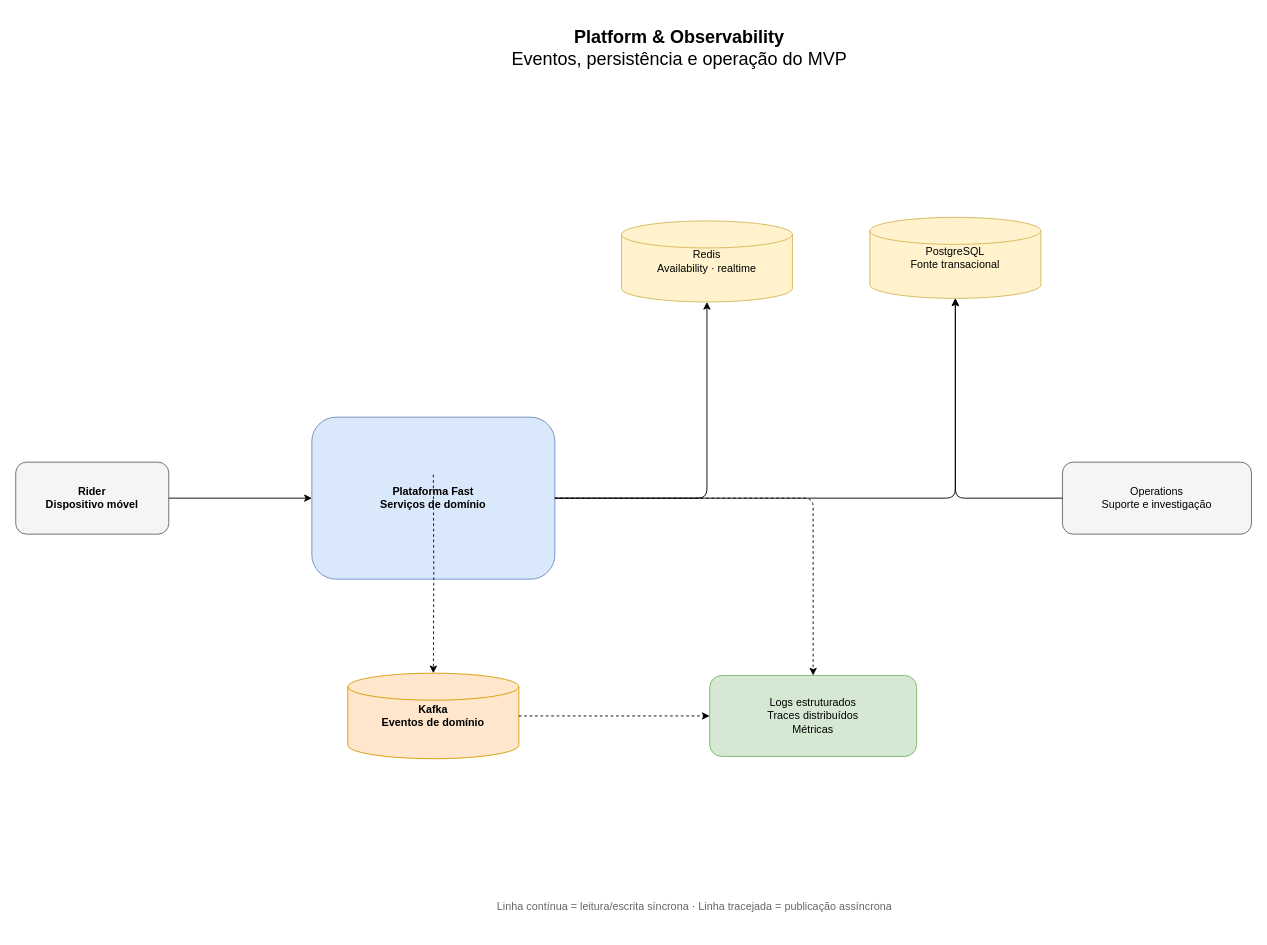
The draw.io diagram page "Platform & Observability" (4 of 4) of fast.drawio in guilhermelinosp/fast-drawio, before the edit. Source tidied: cells renumbered, new cells numbered last; positions are measured from the earlier drawing's top-left corner, leaving out a move shared by most shapes. Both pictures are drawn from the tidied source at 90%, with x=0, y=0 at pixel (15, 15).
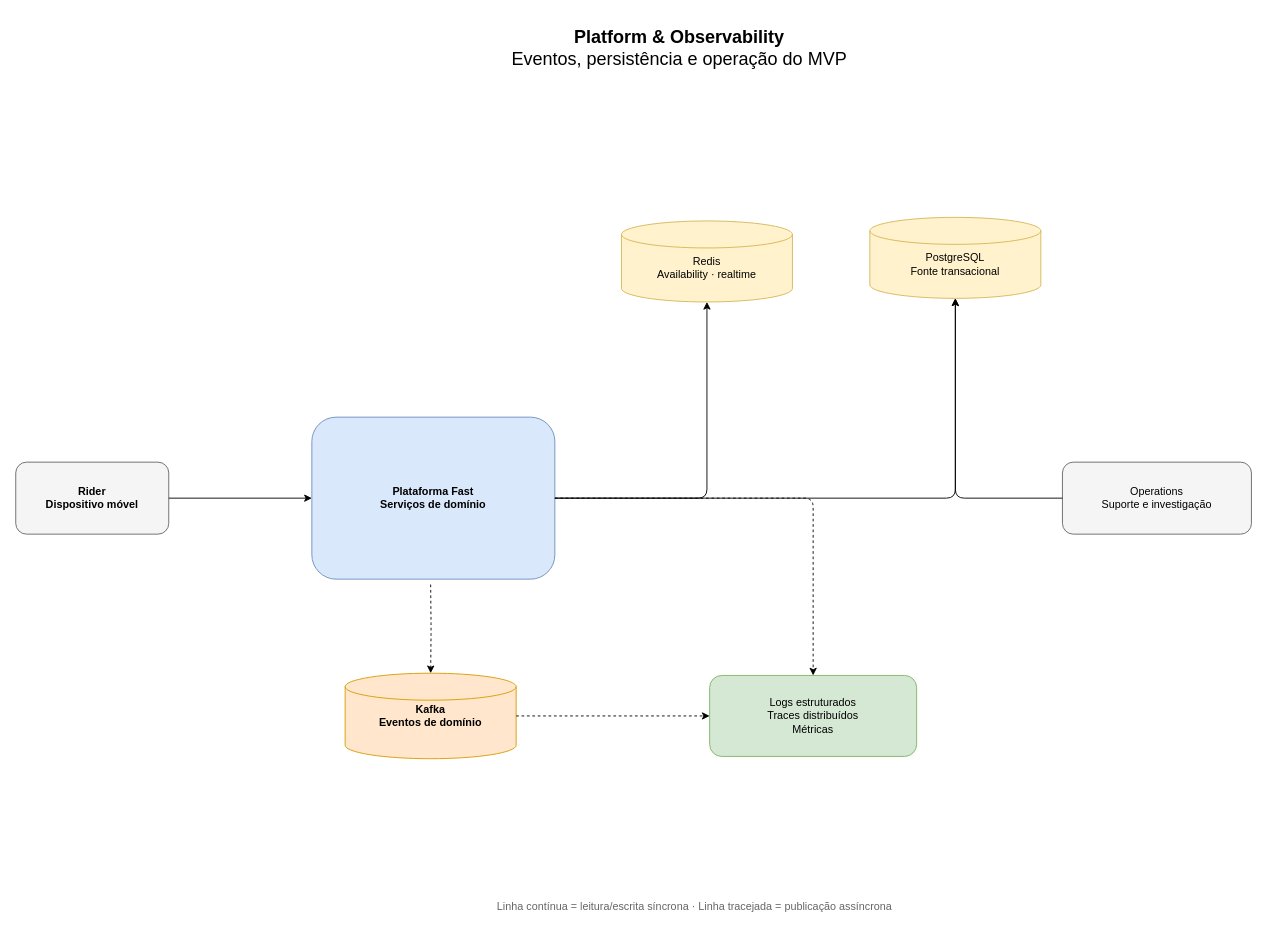
Above is the later version.

Diff of the diagram source:
```diff
@@
 <mxGraphModel>
   <root>
     <mxCell id="0" />
     <mxCell id="1" parent="0" />
     <mxCell id="2" value="&lt;b&gt;Platform &amp;amp; Observability&lt;/b&gt;&lt;br&gt;Eventos, persistência e operação do MVP" style="text;html=1;align=center;verticalAlign=middle;fontSize=20;" parent="1" vertex="1">
       <mxGeometry x="487" width="500" height="70" as="geometry" />
     </mxCell>
     <mxCell id="3" value="Rider&lt;br&gt;Dispositivo móvel" style="rounded=1;whiteSpace=wrap;html=1;fillColor=#F5F5F5;strokeColor=#666666;fontStyle=1;" parent="1" vertex="1">
       <mxGeometry y="496" width="170" height="80" as="geometry" />
     </mxCell>
     <mxCell id="4" value="&lt;b&gt;Plataforma Fast&lt;/b&gt;&lt;br&gt;Serviços de domínio" style="rounded=1;whiteSpace=wrap;html=1;fillColor=#DAE8FC;strokeColor=#6C8EBF;fontStyle=1;" parent="1" vertex="1">
       <mxGeometry x="329" y="446" width="270" height="180" as="geometry" />
     </mxCell>
     <mxCell id="5" value="Kafka&lt;br&gt;Eventos de domínio" style="shape=cylinder3;whiteSpace=wrap;html=1;fillColor=#FFE6CC;strokeColor=#D79B00;fontStyle=1;" parent="1" vertex="1">
-      <mxGeometry x="369" y="730.5" width="190" height="95" as="geometry" />
+      <mxGeometry x="366" y="730.5" width="190" height="95" as="geometry" />
     </mxCell>
-    <mxCell id="6" value="PostgreSQL&lt;br&gt;Fonte transacional" style="shape=cylinder3;whiteSpace=wrap;html=1;fillColor=#FFF2CC;strokeColor=#D6B656;" parent="1" vertex="1">
+    <mxCell id="6" value="&lt;div&gt;&lt;br&gt;&lt;/div&gt;&lt;div&gt;PostgreSQL&lt;/div&gt;Fonte transacional" style="shape=cylinder3;whiteSpace=wrap;html=1;fillColor=#FFF2CC;strokeColor=#D6B656;" parent="1" vertex="1">
       <mxGeometry x="949" y="224" width="190" height="90" as="geometry" />
     </mxCell>
-    <mxCell id="7" value="Redis&lt;br&gt;Availability · realtime" style="shape=cylinder3;whiteSpace=wrap;html=1;fillColor=#FFF2CC;strokeColor=#D6B656;" parent="1" vertex="1">
+    <mxCell id="7" value="&lt;div&gt;&lt;br&gt;&lt;/div&gt;&lt;div&gt;Redis&lt;/div&gt;Availability · realtime" style="shape=cylinder3;whiteSpace=wrap;html=1;fillColor=#FFF2CC;strokeColor=#D6B656;" parent="1" vertex="1">
       <mxGeometry x="673" y="228" width="190" height="90" as="geometry" />
     </mxCell>
     <mxCell id="8" value="Logs estruturados&lt;br&gt;Traces distribuídos&lt;br&gt;Métricas" style="rounded=1;whiteSpace=wrap;html=1;fillColor=#D5E8D4;strokeColor=#82B366;" parent="1" vertex="1">
       <mxGeometry x="771" y="733" width="230" height="90" as="geometry" />
     </mxCell>
     <mxCell id="9" value="Operations&lt;br&gt;Suporte e investigação" style="rounded=1;whiteSpace=wrap;html=1;fillColor=#F5F5F5;strokeColor=#666666;" parent="1" vertex="1">
       <mxGeometry x="1163" y="496" width="210" height="80" as="geometry" />
     </mxCell>
     <mxCell id="10" value="Linha contínua = leitura/escrita síncrona · Linha tracejada = publicação assíncrona" style="text;html=1;align=center;fontColor=#666666;" parent="1" vertex="1">
       <mxGeometry x="404" y="976" width="700" height="40" as="geometry" />
     </mxCell>
     <mxCell id="11" style="edgeStyle=orthogonalEdgeStyle;rounded=1;html=1;endArrow=classic;" parent="1" edge="1" source="3" target="4">
       <mxGeometry relative="1" as="geometry" />
     </mxCell>
     <mxCell id="12" style="edgeStyle=orthogonalEdgeStyle;rounded=1;html=1;endArrow=classic;dashed=1;" parent="1" edge="1" target="5">
       <mxGeometry relative="1" as="geometry">
-        <mxPoint x="464" y="510" as="sourcePoint" />
+        <mxPoint x="461" y="632" as="sourcePoint" />
       </mxGeometry>
     </mxCell>
     <mxCell id="13" style="edgeStyle=orthogonalEdgeStyle;rounded=1;html=1;endArrow=classic;" parent="1" edge="1" source="4" target="6">
       <mxGeometry relative="1" as="geometry" />
     </mxCell>
     <mxCell id="14" style="edgeStyle=orthogonalEdgeStyle;rounded=1;html=1;endArrow=classic;" parent="1" edge="1" source="4" target="7">
       <mxGeometry relative="1" as="geometry" />
     </mxCell>
     <mxCell id="15" style="edgeStyle=orthogonalEdgeStyle;rounded=1;html=1;endArrow=classic;dashed=1;" parent="1" edge="1" source="4" target="8">
       <mxGeometry relative="1" as="geometry" />
     </mxCell>
     <mxCell id="16" style="edgeStyle=orthogonalEdgeStyle;rounded=1;html=1;endArrow=classic;" parent="1" edge="1" source="9" target="6">
       <mxGeometry relative="1" as="geometry" />
     </mxCell>
     <mxCell id="17" style="edgeStyle=orthogonalEdgeStyle;rounded=1;html=1;endArrow=classic;dashed=1;" parent="1" edge="1" source="5" target="8">
       <mxGeometry relative="1" as="geometry" />
     </mxCell>
   </root>
 </mxGraphModel>
```
